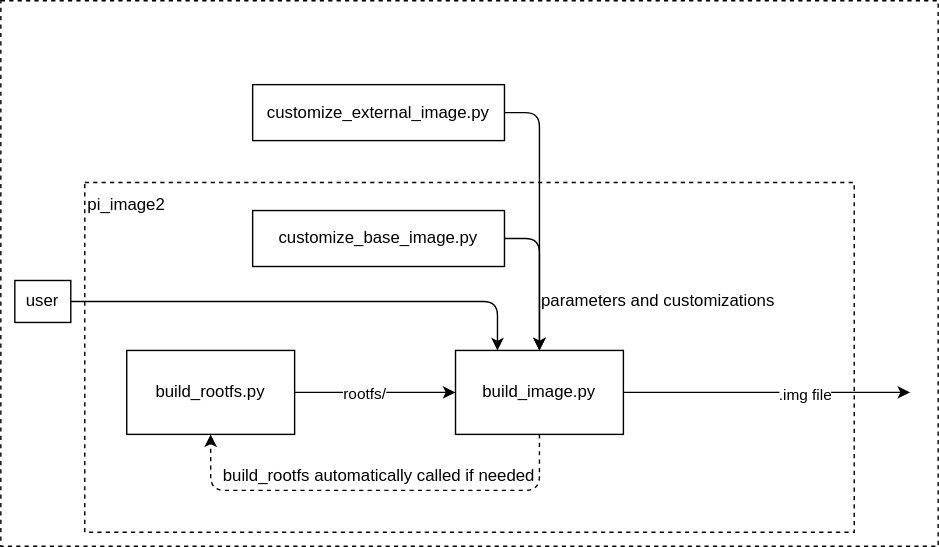
UbiquityRobotics/ubiquity_buildbot keeps this draw.io diagram as pi_image2.drawio.svg. Above is the earlier version. Source tidied: cells renumbered, new cells last; positions are measured from the earlier drawing's top-left corner, leaving out a move shared by most shapes.
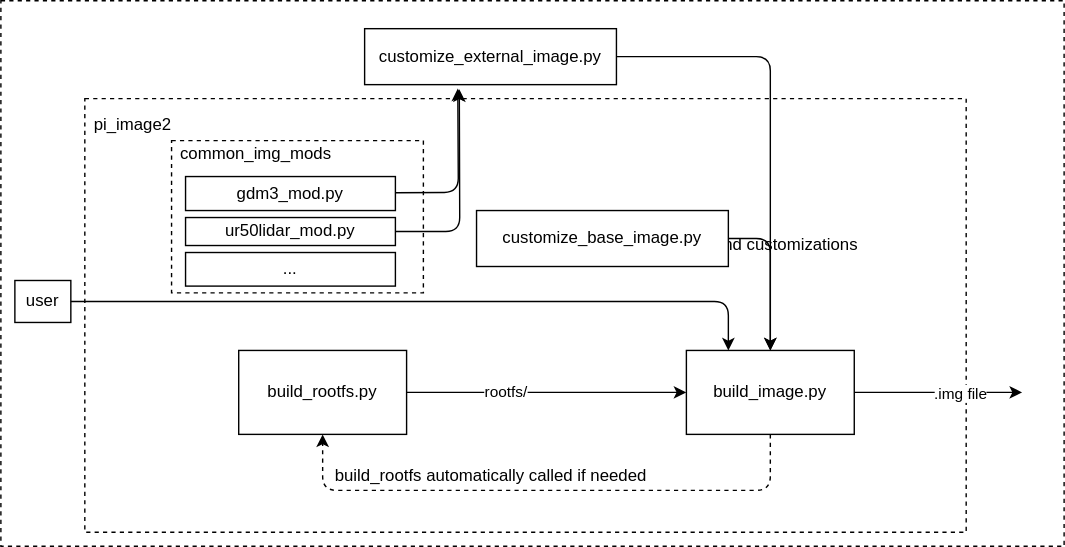
The same diagram one commit later.

Change to the diagram source:
```diff
@@ -3,20 +3,51 @@
     <mxCell id="0" />
     <mxCell id="1" parent="0" />
     <mxCell id="2" style="rounded=0;whiteSpace=wrap;html=1;dashed=1;" parent="1" vertex="1">
-      <mxGeometry width="670" height="390" as="geometry" />
+      <mxGeometry x="-80" width="760" height="390" as="geometry" />
     </mxCell>
-    <mxCell id="3" style="group;fillColor=none;" parent="1" vertex="1">
-      <mxGeometry x="60" y="130" width="550" height="250" as="geometry" />
+    <mxCell id="3" style="group;fillColor=none;dashed=1;" parent="1" vertex="1">
+      <mxGeometry x="-20" y="70" width="630" height="310" as="geometry" />
     </mxCell>
     <mxCell id="4" style="rounded=0;whiteSpace=wrap;html=1;dashed=1;" parent="3" vertex="1">
-      <mxGeometry width="550" height="250" as="geometry" />
+      <mxGeometry width="630" height="310" as="geometry" />
     </mxCell>
     <mxCell id="5" value="pi_image2" style="text;html=1;strokeColor=none;fillColor=none;align=center;verticalAlign=middle;whiteSpace=wrap;rounded=0;dashed=1;" parent="3" vertex="1">
-      <mxGeometry width="60" height="31.2" as="geometry" />
+      <mxGeometry width="68.7" height="38.7" as="geometry" />
     </mxCell>
     <mxCell id="6" value="parameters and customizations" style="text;html=1;strokeColor=none;fillColor=none;align=center;verticalAlign=middle;whiteSpace=wrap;rounded=0;" parent="3" vertex="1">
-      <mxGeometry x="290" y="70" width="240" height="30" as="geometry" />
+      <mxGeometry x="332.2" y="86.8" width="274.9" height="37.2" as="geometry" />
     </mxCell>
+    <mxCell id="13" value="build_image.py" style="rounded=0;whiteSpace=wrap;html=1;" parent="3" vertex="1">
+      <mxGeometry x="430" y="180" width="120" height="60" as="geometry" />
+    </mxCell>
+    <mxCell id="17" value="&lt;span&gt;customize_base_image.py&lt;/span&gt;" style="rounded=0;whiteSpace=wrap;html=1;" parent="3" vertex="1">
+      <mxGeometry x="280" y="80" width="180" height="40" as="geometry" />
+    </mxCell>
+    <mxCell id="16" style="edgeStyle=none;html=1;entryX=0.5;entryY=0;entryDx=0;entryDy=0;" parent="3" edge="1" source="17" target="13">
+      <mxGeometry relative="1" as="geometry">
+        <Array as="points">
+          <mxPoint x="490" y="100" />
+        </Array>
+      </mxGeometry>
+    </mxCell>
+    <mxCell id="21" style="group;dashed=1;fillColor=none;rounded=0;" parent="3" vertex="1">
+      <mxGeometry x="62" y="30" width="180" height="110" as="geometry" />
+    </mxCell>
+    <mxCell id="22" style="rounded=0;whiteSpace=wrap;html=1;dashed=1;" parent="21" vertex="1">
+      <mxGeometry width="180" height="108.8" as="geometry" />
+    </mxCell>
+    <mxCell id="23" value="common_img_mods&lt;br&gt;" style="text;html=1;align=center;verticalAlign=middle;strokeColor=none;fillColor=none;" parent="21" vertex="1">
+      <mxGeometry width="120" height="20" as="geometry" />
+    </mxCell>
+    <mxCell id="24" value="gdm3_mod.py" style="rounded=0;whiteSpace=wrap;html=1;" parent="21" vertex="1">
+      <mxGeometry x="10" y="25.7" width="150" height="24.3" as="geometry" />
+    </mxCell>
+    <mxCell id="25" value="ur50lidar_mod.py" style="rounded=0;whiteSpace=wrap;html=1;" parent="21" vertex="1">
+      <mxGeometry x="10" y="55" width="150" height="20" as="geometry" />
+    </mxCell>
+    <mxCell id="26" value="..." style="rounded=0;whiteSpace=wrap;html=1;" parent="21" vertex="1">
+      <mxGeometry x="10" y="80" width="150" height="24" as="geometry" />
+    </mxCell>
     <mxCell id="7" style="edgeStyle=none;html=1;" parent="1" edge="1" source="9" target="13">
       <mxGeometry relative="1" as="geometry" />
     </mxCell>
@@ -39,46 +70,47 @@
     <mxCell id="12" style="edgeStyle=none;html=1;entryX=0.5;entryY=1;entryDx=0;entryDy=0;dashed=1;" parent="1" edge="1" source="13" target="9">
       <mxGeometry relative="1" as="geometry">
         <Array as="points">
-          <mxPoint x="385" y="350" />
+          <mxPoint x="470" y="350" />
           <mxPoint x="150" y="350" />
         </Array>
       </mxGeometry>
     </mxCell>
-    <mxCell id="13" value="build_image.py" style="rounded=0;whiteSpace=wrap;html=1;" parent="1" vertex="1">
-      <mxGeometry x="325" y="250" width="120" height="60" as="geometry" />
-    </mxCell>
     <mxCell id="14" style="edgeStyle=none;html=1;entryX=0.5;entryY=0;entryDx=0;entryDy=0;" parent="1" edge="1" source="15" target="13">
       <mxGeometry relative="1" as="geometry">
         <Array as="points">
-          <mxPoint x="385" y="80" />
+          <mxPoint x="470" y="40" />
         </Array>
       </mxGeometry>
     </mxCell>
     <mxCell id="15" value="customize_external_image.py" style="rounded=0;whiteSpace=wrap;html=1;" parent="1" vertex="1">
-      <mxGeometry x="180" y="60" width="180" height="40" as="geometry" />
+      <mxGeometry x="180" y="20" width="180" height="40" as="geometry" />
     </mxCell>
-    <mxCell id="16" style="edgeStyle=none;html=1;entryX=0.5;entryY=0;entryDx=0;entryDy=0;" parent="1" edge="1" source="17" target="13">
-      <mxGeometry relative="1" as="geometry">
-        <Array as="points">
-          <mxPoint x="385" y="170" />
-        </Array>
-      </mxGeometry>
-    </mxCell>
-    <mxCell id="17" value="&lt;span&gt;customize_base_image.py&lt;/span&gt;" style="rounded=0;whiteSpace=wrap;html=1;" parent="1" vertex="1">
-      <mxGeometry x="180" y="150" width="180" height="40" as="geometry" />
-    </mxCell>
     <mxCell id="18" value="build_rootfs automatically called if needed" style="text;html=1;align=center;verticalAlign=middle;strokeColor=none;fillColor=none;dashed=1;" parent="1" vertex="1">
       <mxGeometry x="150" y="330" width="240" height="20" as="geometry" />
     </mxCell>
     <mxCell id="19" style="edgeStyle=none;html=1;entryX=0.25;entryY=0;entryDx=0;entryDy=0;" parent="1" edge="1" source="20" target="13">
       <mxGeometry relative="1" as="geometry">
         <Array as="points">
-          <mxPoint x="355" y="215" />
+          <mxPoint x="440" y="215" />
         </Array>
       </mxGeometry>
     </mxCell>
     <mxCell id="20" value="user" style="rounded=0;whiteSpace=wrap;html=1;fillColor=none;" parent="1" vertex="1">
-      <mxGeometry x="10" y="200" width="40" height="30" as="geometry" />
+      <mxGeometry x="-70" y="200" width="40" height="30" as="geometry" />
     </mxCell>
+    <mxCell id="27" style="edgeStyle=none;html=1;entryX=0.37;entryY=1.068;entryDx=0;entryDy=0;entryPerimeter=0;" parent="1" edge="1" source="24" target="15">
+      <mxGeometry relative="1" as="geometry">
+        <Array as="points">
+          <mxPoint x="247" y="137" />
+        </Array>
+      </mxGeometry>
+    </mxCell>
+    <mxCell id="28" style="edgeStyle=none;html=1;exitX=1;exitY=0.5;exitDx=0;exitDy=0;entryX=0.376;entryY=1.082;entryDx=0;entryDy=0;entryPerimeter=0;" parent="1" edge="1" source="25" target="15">
+      <mxGeometry relative="1" as="geometry">
+        <Array as="points">
+          <mxPoint x="248" y="165" />
+        </Array>
+      </mxGeometry>
+    </mxCell>
   </root>
 </mxGraphModel>
```
